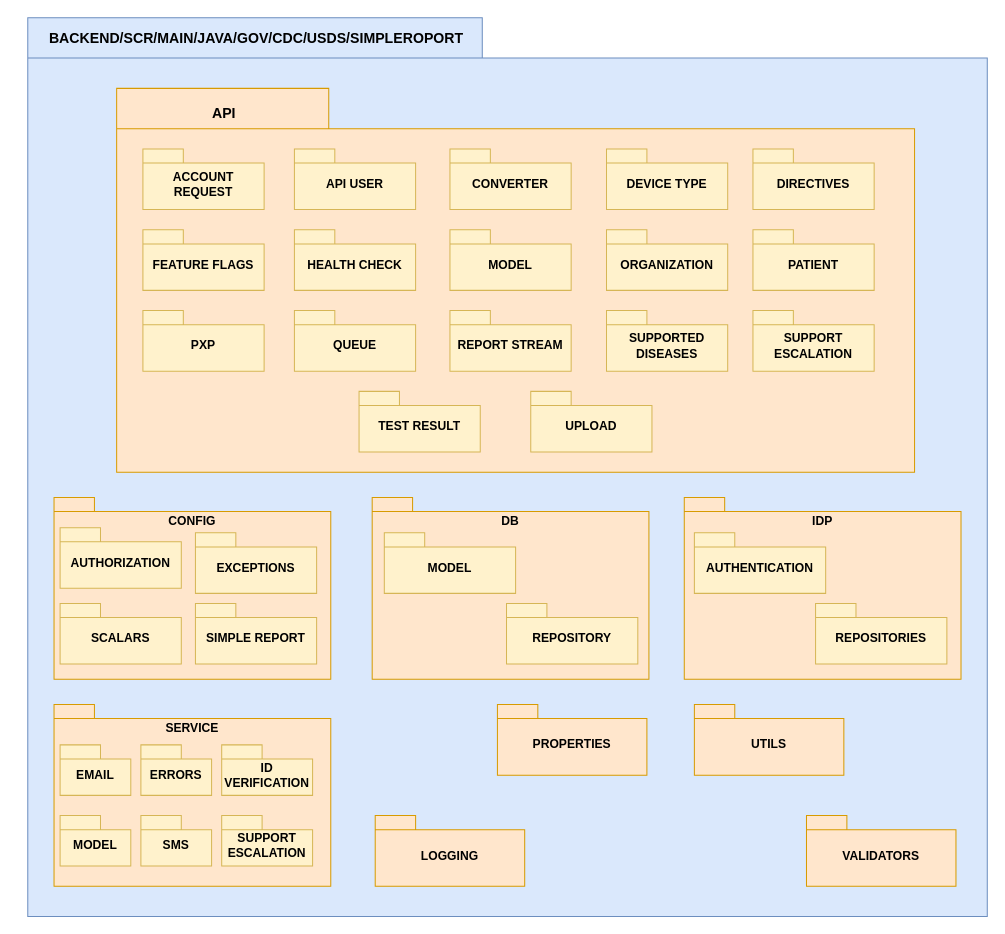
Above: VISTA DE DESARROLLLO AISS.drawio in VictorSoler05/DRAW_IO (draw.io), before the change. Source tidied: cells renumbered, new cells numbered last; positions are measured from the earlier drawing's top-left corner, leaving out a move shared by most shapes. Both pictures are drawn from the tidied source at 101%, with x=0, y=0 at pixel (27, 17).
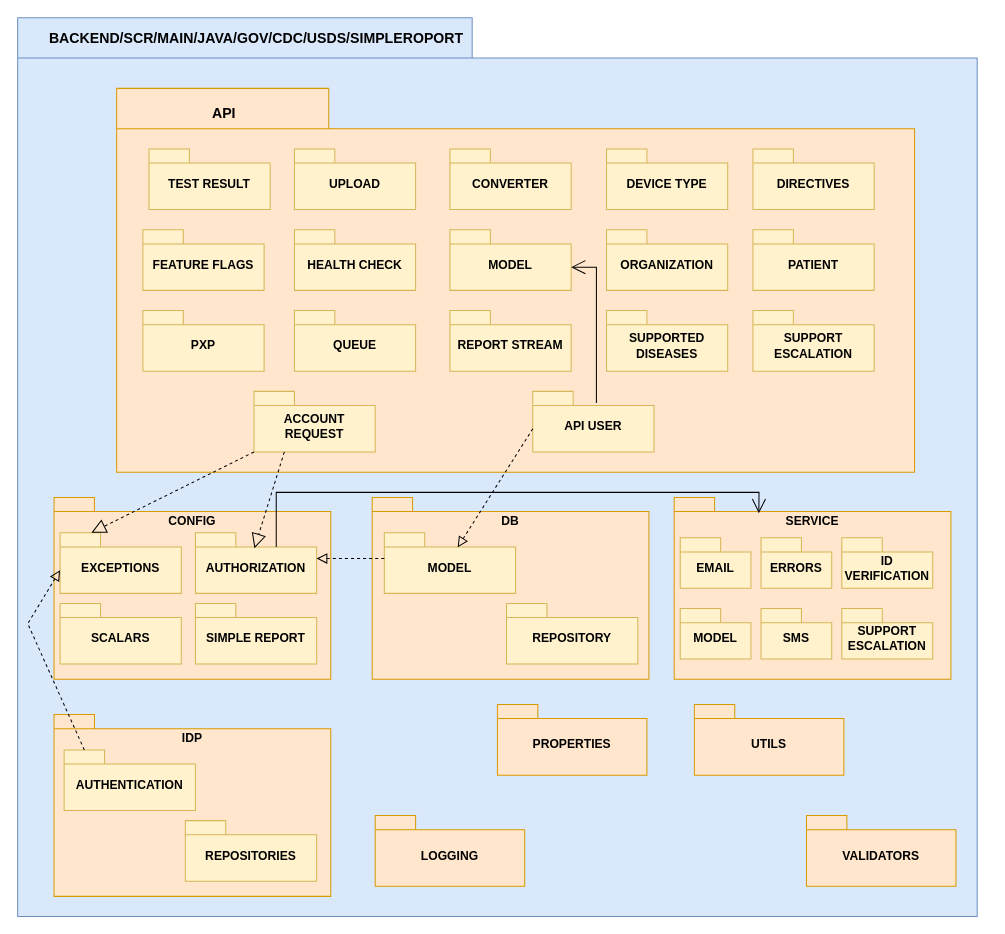
The same page after the edit.

The change refers to these unchanged cells:
```xml
<mxCell id="18" value="MODEL" style="shape=folder;fontStyle=1;spacingTop=10;tabWidth=40;tabHeight=14;tabPosition=left;html=1;whiteSpace=wrap;fillColor=#fff2cc;strokeColor=#d6b656;" parent="1" vertex="1">
  <mxGeometry x="353" y="510" width="130" height="60" as="geometry" />
</mxCell>
<mxCell id="26" value="MODEL" style="shape=folder;fontStyle=1;spacingTop=10;tabWidth=40;tabHeight=14;tabPosition=left;html=1;whiteSpace=wrap;fillColor=#fff2cc;strokeColor=#d6b656;" parent="1" vertex="1">
  <mxGeometry x="418" y="210" width="120" height="60" as="geometry" />
</mxCell>
```

What changed in the source:
```diff
@@
     <mxCell id="2" style="shape=folder;fontStyle=1;spacingTop=10;tabWidth=450;tabHeight=40;tabPosition=left;html=1;whiteSpace=wrap;fillColor=#dae8fc;strokeColor=#6c8ebf;" parent="1" vertex="1">
-      <mxGeometry width="950" height="890" as="geometry" />
+      <mxGeometry x="-10" width="950" height="890" as="geometry" />
     </mxCell>
@@
     <mxCell id="4" value="IDP" style="shape=folder;fontStyle=1;spacingTop=10;tabWidth=40;tabHeight=14;tabPosition=left;html=1;whiteSpace=wrap;verticalAlign=top;fillColor=#ffe6cc;strokeColor=#d79b00;" parent="1" vertex="1">
-      <mxGeometry x="650" y="475" width="274" height="180" as="geometry" />
+      <mxGeometry x="26" y="690" width="274" height="180" as="geometry" />
     </mxCell>
@@
     <mxCell id="8" value="SERVICE" style="shape=folder;fontStyle=1;spacingTop=10;tabWidth=40;tabHeight=14;tabPosition=left;html=1;whiteSpace=wrap;verticalAlign=top;fillColor=#ffe6cc;strokeColor=#d79b00;" parent="1" vertex="1">
-      <mxGeometry x="26" y="680" width="274" height="180" as="geometry" />
+      <mxGeometry x="640" y="475" width="274" height="180" as="geometry" />
     </mxCell>
     <mxCell id="9" value="EMAIL" style="shape=folder;fontStyle=1;spacingTop=10;tabWidth=40;tabHeight=14;tabPosition=left;html=1;whiteSpace=wrap;fillColor=#fff2cc;strokeColor=#d6b656;" parent="1" vertex="1">
-      <mxGeometry x="32" y="720" width="70" height="50" as="geometry" />
+      <mxGeometry x="646" y="515" width="70" height="50" as="geometry" />
     </mxCell>
     <mxCell id="10" value="ERRORS" style="shape=folder;fontStyle=1;spacingTop=10;tabWidth=40;tabHeight=14;tabPosition=left;html=1;whiteSpace=wrap;fillColor=#fff2cc;strokeColor=#d6b656;" parent="1" vertex="1">
-      <mxGeometry x="112" y="720" width="70" height="50" as="geometry" />
+      <mxGeometry x="726" y="515" width="70" height="50" as="geometry" />
     </mxCell>
     <mxCell id="11" value="ID VERIFICATION" style="shape=folder;fontStyle=1;spacingTop=10;tabWidth=40;tabHeight=14;tabPosition=left;html=1;whiteSpace=wrap;fillColor=#fff2cc;strokeColor=#d6b656;" parent="1" vertex="1">
-      <mxGeometry x="192" y="720" width="90" height="50" as="geometry" />
+      <mxGeometry x="806" y="515" width="90" height="50" as="geometry" />
     </mxCell>
     <mxCell id="12" value="MODEL" style="shape=folder;fontStyle=1;spacingTop=10;tabWidth=40;tabHeight=14;tabPosition=left;html=1;whiteSpace=wrap;fillColor=#fff2cc;strokeColor=#d6b656;" parent="1" vertex="1">
-      <mxGeometry x="32" y="790" width="70" height="50" as="geometry" />
+      <mxGeometry x="646" y="585" width="70" height="50" as="geometry" />
     </mxCell>
     <mxCell id="13" value="SMS" style="shape=folder;fontStyle=1;spacingTop=10;tabWidth=40;tabHeight=14;tabPosition=left;html=1;whiteSpace=wrap;fillColor=#fff2cc;strokeColor=#d6b656;" parent="1" vertex="1">
-      <mxGeometry x="112" y="790" width="70" height="50" as="geometry" />
+      <mxGeometry x="726" y="585" width="70" height="50" as="geometry" />
     </mxCell>
     <mxCell id="14" value="SUPPORT ESCALATION" style="shape=folder;fontStyle=1;spacingTop=10;tabWidth=40;tabHeight=14;tabPosition=left;html=1;whiteSpace=wrap;fillColor=#fff2cc;strokeColor=#d6b656;" parent="1" vertex="1">
-      <mxGeometry x="192" y="790" width="90" height="50" as="geometry" />
+      <mxGeometry x="806" y="585" width="90" height="50" as="geometry" />
     </mxCell>
     <mxCell id="15" value="AUTHENTICATION" style="shape=folder;fontStyle=1;spacingTop=10;tabWidth=40;tabHeight=14;tabPosition=left;html=1;whiteSpace=wrap;fillColor=#fff2cc;strokeColor=#d6b656;" parent="1" vertex="1">
-      <mxGeometry x="660" y="510" width="130" height="60" as="geometry" />
+      <mxGeometry x="36" y="725" width="130" height="60" as="geometry" />
     </mxCell>
     <mxCell id="16" value="REPOSITORIES" style="shape=folder;fontStyle=1;spacingTop=10;tabWidth=40;tabHeight=14;tabPosition=left;html=1;whiteSpace=wrap;fillColor=#fff2cc;strokeColor=#d6b656;" parent="1" vertex="1">
-      <mxGeometry x="780" y="580" width="130" height="60" as="geometry" />
+      <mxGeometry x="156" y="795" width="130" height="60" as="geometry" />
     </mxCell>
@@
     <mxCell id="19" value="AUTHORIZATION" style="shape=folder;fontStyle=1;spacingTop=10;tabWidth=40;tabHeight=14;tabPosition=left;html=1;whiteSpace=wrap;fillColor=#fff2cc;strokeColor=#d6b656;" parent="1" vertex="1">
-      <mxGeometry x="32" y="505" width="120" height="60" as="geometry" />
+      <mxGeometry x="166" y="510" width="120" height="60" as="geometry" />
     </mxCell>
@@
     <mxCell id="22" value="EXCEPTIONS" style="shape=folder;fontStyle=1;spacingTop=10;tabWidth=40;tabHeight=14;tabPosition=left;html=1;whiteSpace=wrap;fillColor=#fff2cc;strokeColor=#d6b656;" parent="1" vertex="1">
-      <mxGeometry x="166" y="510" width="120" height="60" as="geometry" />
+      <mxGeometry x="32" y="510" width="120" height="60" as="geometry" />
     </mxCell>
@@
     <mxCell id="30" value="API USER" style="shape=folder;fontStyle=1;spacingTop=10;tabWidth=40;tabHeight=14;tabPosition=left;html=1;whiteSpace=wrap;fillColor=#fff2cc;strokeColor=#d6b656;" parent="1" vertex="1">
-      <mxGeometry x="264" y="130" width="120" height="60" as="geometry" />
+      <mxGeometry x="500" y="370" width="120" height="60" as="geometry" />
     </mxCell>
@@
     <mxCell id="32" value="ACCOUNT REQUEST" style="shape=folder;fontStyle=1;spacingTop=10;tabWidth=40;tabHeight=14;tabPosition=left;html=1;whiteSpace=wrap;fillColor=#fff2cc;strokeColor=#d6b656;" parent="1" vertex="1">
-      <mxGeometry x="114" y="130" width="120" height="60" as="geometry" />
+      <mxGeometry x="224" y="370" width="120" height="60" as="geometry" />
     </mxCell>
     <mxCell id="33" value="UPLOAD" style="shape=folder;fontStyle=1;spacingTop=10;tabWidth=40;tabHeight=14;tabPosition=left;html=1;whiteSpace=wrap;fillColor=#fff2cc;strokeColor=#d6b656;" parent="1" vertex="1">
-      <mxGeometry x="498" y="370" width="120" height="60" as="geometry" />
+      <mxGeometry x="264" y="130" width="120" height="60" as="geometry" />
     </mxCell>
     <mxCell id="34" value="TEST RESULT" style="shape=folder;fontStyle=1;spacingTop=10;tabWidth=40;tabHeight=14;tabPosition=left;html=1;whiteSpace=wrap;fillColor=#fff2cc;strokeColor=#d6b656;" parent="1" vertex="1">
-      <mxGeometry x="328" y="370" width="120" height="60" as="geometry" />
+      <mxGeometry x="120" y="130" width="120" height="60" as="geometry" />
     </mxCell>
@@
+    <mxCell id="45" style="endArrow=block;dashed=1;endFill=0;endSize=12;html=1;rounded=0;exitX=0.25;exitY=1;exitDx=0;exitDy=0;exitPerimeter=0;entryX=0.487;entryY=0.254;entryDx=0;entryDy=0;entryPerimeter=0;" parent="1" edge="1" source="32" target="19">
+      <mxGeometry relative="1" as="geometry" />
+    </mxCell>
+    <mxCell id="46" style="endArrow=block;dashed=1;endFill=0;endSize=12;html=1;rounded=0;exitX=0;exitY=0;exitDx=0;exitDy=60;exitPerimeter=0;entryX=0.259;entryY=-0.002;entryDx=0;entryDy=0;entryPerimeter=0;" parent="1" edge="1" source="32" target="22">
+      <mxGeometry relative="1" as="geometry" />
+    </mxCell>
+    <mxCell id="47" style="endArrow=block;startArrow=none;endFill=0;startFill=0;endSize=8;html=1;verticalAlign=bottom;dashed=1;labelBackgroundColor=none;rounded=0;entryX=0;entryY=0;entryDx=120;entryDy=25.5;entryPerimeter=0;exitX=0;exitY=0;exitDx=0;exitDy=25.5;exitPerimeter=0;" parent="1" edge="1" source="18" target="19">
+      <mxGeometry relative="1" as="geometry" />
+    </mxCell>
+    <mxCell id="48" style="endArrow=block;startArrow=none;endFill=0;startFill=0;endSize=8;html=1;verticalAlign=bottom;dashed=1;labelBackgroundColor=none;rounded=0;exitX=0;exitY=0;exitDx=20;exitDy=0;exitPerimeter=0;entryX=0;entryY=0;entryDx=0;entryDy=37;entryPerimeter=0;" parent="1" edge="1" source="15" target="22">
+      <mxGeometry relative="1" as="geometry">
+        <Array as="points">
+          <mxPoint y="600" />
+        </Array>
+      </mxGeometry>
+    </mxCell>
+    <mxCell id="49" style="endArrow=block;startArrow=none;endFill=0;startFill=0;endSize=8;html=1;verticalAlign=bottom;dashed=1;labelBackgroundColor=none;rounded=0;entryX=0.559;entryY=0.24;entryDx=0;entryDy=0;entryPerimeter=0;exitX=0;exitY=0;exitDx=0;exitDy=37;exitPerimeter=0;" parent="1" edge="1" source="30" target="18">
+      <mxGeometry relative="1" as="geometry" />
+    </mxCell>
+    <mxCell id="50" style="endArrow=open;endFill=1;endSize=12;html=1;rounded=0;exitX=0;exitY=0;exitDx=80;exitDy=14;exitPerimeter=0;entryX=0.306;entryY=0.087;entryDx=0;entryDy=0;entryPerimeter=0;" parent="1" edge="1" source="19" target="8">
+      <mxGeometry relative="1" as="geometry">
+        <Array as="points">
+          <mxPoint x="246" y="470" />
+          <mxPoint x="724" y="470" />
+        </Array>
+      </mxGeometry>
+    </mxCell>
+    <mxCell id="51" style="endArrow=open;endFill=1;endSize=12;html=1;rounded=0;exitX=0.525;exitY=0.191;exitDx=0;exitDy=0;exitPerimeter=0;entryX=0;entryY=0;entryDx=120;entryDy=37;entryPerimeter=0;" parent="1" edge="1" source="30" target="26">
+      <mxGeometry relative="1" as="geometry">
+        <Array as="points">
+          <mxPoint x="563" y="247" />
+        </Array>
+      </mxGeometry>
+    </mxCell>
```
